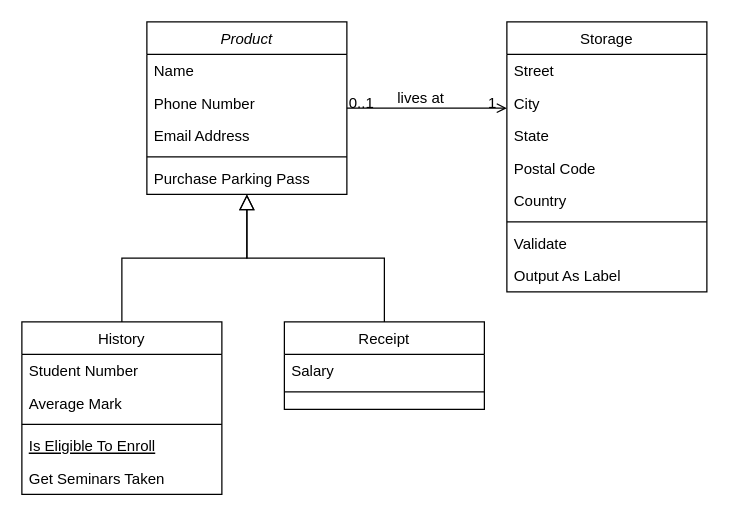
The draw.io diagram Untitled Diagram.drawio in crisjumbo/diagrams, before the edit. Source tidied: cells renumbered, new cells numbered last; positions are measured from the earlier drawing's top-left corner, leaving out a move shared by most shapes. Both pictures are drawn from the tidied source at 125%, with x=0, y=0 at pixel (21, 21).
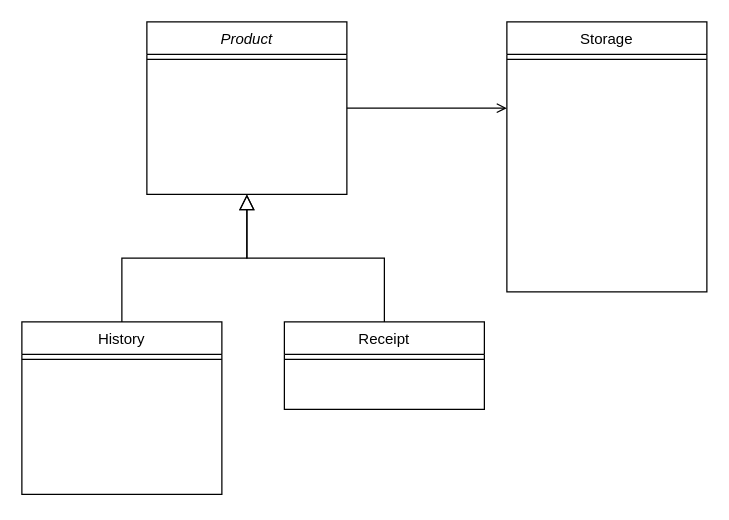
The same diagram, later.

Commit message:
empty classes to further development

The change refers to these unchanged cells:
```xml
<mxCell id="2" value="Product" style="swimlane;fontStyle=2;align=center;verticalAlign=top;horizontal=1;startSize=26;rounded=0;shadow=0;strokeWidth=1;" parent="1" vertex="1">
  <mxGeometry x="100" width="160" height="138" as="geometry" />
</mxCell>
<mxCell id="8" value="History" style="swimlane;fontStyle=0;align=center;verticalAlign=top;horizontal=1;startSize=26;rounded=0;shadow=0;strokeWidth=1;" parent="1" vertex="1">
  <mxGeometry y="240" width="160" height="138" as="geometry" />
</mxCell>
<mxCell id="15" value="Receipt" style="swimlane;fontStyle=0;align=center;verticalAlign=top;horizontal=1;startSize=26;rounded=0;shadow=0;strokeWidth=1;" parent="1" vertex="1">
  <mxGeometry x="210" y="240" width="160" height="70" as="geometry" />
</mxCell>
<mxCell id="19" value="Storage" style="swimlane;fontStyle=0;align=center;verticalAlign=top;horizontal=1;startSize=26;rounded=0;shadow=0;strokeWidth=1;" parent="1" vertex="1">
  <mxGeometry x="388" width="160" height="216" as="geometry" />
</mxCell>
<mxCell id="28" style="endArrow=open;shadow=0;strokeWidth=1;rounded=0;curved=0;endFill=1;edgeStyle=elbowEdgeStyle;elbow=vertical;" parent="1" edge="1" source="2" target="19">
  <mxGeometry x="0.5" y="41" relative="1" as="geometry">
    <mxPoint x="-40" y="32" as="offset" />
  </mxGeometry>
</mxCell>
```

Change to the diagram source:
```diff
@@
-    <mxCell id="3" value="Name" style="text;align=left;verticalAlign=top;spacingLeft=4;spacingRight=4;overflow=hidden;" parent="2" vertex="1">
-      <mxGeometry y="26" width="160" height="26" as="geometry" />
-    </mxCell>
-    <mxCell id="4" value="Phone Number" style="text;align=left;verticalAlign=top;spacingLeft=4;spacingRight=4;overflow=hidden;rounded=0;shadow=0;html=0;" parent="2" vertex="1">
-      <mxGeometry y="52" width="160" height="26" as="geometry" />
-    </mxCell>
-    <mxCell id="5" value="Email Address" style="text;align=left;verticalAlign=top;spacingLeft=4;spacingRight=4;overflow=hidden;rounded=0;shadow=0;html=0;" parent="2" vertex="1">
-      <mxGeometry y="78" width="160" height="26" as="geometry" />
-    </mxCell>
     <mxCell id="6" style="line;html=1;strokeWidth=1;align=left;verticalAlign=middle;spacingTop=-1;spacingLeft=3;spacingRight=3;labelPosition=right;" parent="2" vertex="1">
-      <mxGeometry y="104" width="160" height="8" as="geometry" />
+      <mxGeometry y="26" width="160" height="8" as="geometry" />
     </mxCell>
-    <mxCell id="7" value="Purchase Parking Pass" style="text;align=left;verticalAlign=top;spacingLeft=4;spacingRight=4;overflow=hidden;" parent="2" vertex="1">
-      <mxGeometry y="112" width="160" height="26" as="geometry" />
-    </mxCell>
@@
-    <mxCell id="9" value="Student Number" style="text;align=left;verticalAlign=top;spacingLeft=4;spacingRight=4;overflow=hidden;" parent="8" vertex="1">
-      <mxGeometry y="26" width="160" height="26" as="geometry" />
-    </mxCell>
-    <mxCell id="10" value="Average Mark" style="text;align=left;verticalAlign=top;spacingLeft=4;spacingRight=4;overflow=hidden;rounded=0;shadow=0;html=0;" parent="8" vertex="1">
-      <mxGeometry y="52" width="160" height="26" as="geometry" />
-    </mxCell>
     <mxCell id="11" style="line;html=1;strokeWidth=1;align=left;verticalAlign=middle;spacingTop=-1;spacingLeft=3;spacingRight=3;labelPosition=right;" parent="8" vertex="1">
-      <mxGeometry y="78" width="160" height="8" as="geometry" />
+      <mxGeometry y="26" width="160" height="8" as="geometry" />
     </mxCell>
-    <mxCell id="12" value="Is Eligible To Enroll" style="text;align=left;verticalAlign=top;spacingLeft=4;spacingRight=4;overflow=hidden;fontStyle=4;" parent="8" vertex="1">
-      <mxGeometry y="86" width="160" height="26" as="geometry" />
-    </mxCell>
-    <mxCell id="13" value="Get Seminars Taken" style="text;align=left;verticalAlign=top;spacingLeft=4;spacingRight=4;overflow=hidden;" parent="8" vertex="1">
-      <mxGeometry y="112" width="160" height="26" as="geometry" />
-    </mxCell>
@@
-    <mxCell id="16" value="Salary" style="text;align=left;verticalAlign=top;spacingLeft=4;spacingRight=4;overflow=hidden;" parent="15" vertex="1">
-      <mxGeometry y="26" width="160" height="26" as="geometry" />
-    </mxCell>
     <mxCell id="17" style="line;html=1;strokeWidth=1;align=left;verticalAlign=middle;spacingTop=-1;spacingLeft=3;spacingRight=3;labelPosition=right;" parent="15" vertex="1">
-      <mxGeometry y="52" width="160" height="8" as="geometry" />
+      <mxGeometry y="26" width="160" height="8" as="geometry" />
     </mxCell>
@@
-    <mxCell id="20" value="Street" style="text;align=left;verticalAlign=top;spacingLeft=4;spacingRight=4;overflow=hidden;" parent="19" vertex="1">
-      <mxGeometry y="26" width="160" height="26" as="geometry" />
-    </mxCell>
-    <mxCell id="21" value="City" style="text;align=left;verticalAlign=top;spacingLeft=4;spacingRight=4;overflow=hidden;rounded=0;shadow=0;html=0;" parent="19" vertex="1">
-      <mxGeometry y="52" width="160" height="26" as="geometry" />
-    </mxCell>
-    <mxCell id="22" value="State" style="text;align=left;verticalAlign=top;spacingLeft=4;spacingRight=4;overflow=hidden;rounded=0;shadow=0;html=0;" parent="19" vertex="1">
-      <mxGeometry y="78" width="160" height="26" as="geometry" />
-    </mxCell>
-    <mxCell id="23" value="Postal Code" style="text;align=left;verticalAlign=top;spacingLeft=4;spacingRight=4;overflow=hidden;rounded=0;shadow=0;html=0;" parent="19" vertex="1">
-      <mxGeometry y="104" width="160" height="26" as="geometry" />
-    </mxCell>
-    <mxCell id="24" value="Country" style="text;align=left;verticalAlign=top;spacingLeft=4;spacingRight=4;overflow=hidden;rounded=0;shadow=0;html=0;" parent="19" vertex="1">
-      <mxGeometry y="130" width="160" height="26" as="geometry" />
-    </mxCell>
     <mxCell id="25" style="line;html=1;strokeWidth=1;align=left;verticalAlign=middle;spacingTop=-1;spacingLeft=3;spacingRight=3;labelPosition=right;" parent="19" vertex="1">
-      <mxGeometry y="156" width="160" height="8" as="geometry" />
+      <mxGeometry y="26" width="160" height="8" as="geometry" />
     </mxCell>
-    <mxCell id="26" value="Validate" style="text;align=left;verticalAlign=top;spacingLeft=4;spacingRight=4;overflow=hidden;" parent="19" vertex="1">
-      <mxGeometry y="164" width="160" height="26" as="geometry" />
-    </mxCell>
-    <mxCell id="27" value="Output As Label" style="text;align=left;verticalAlign=top;spacingLeft=4;spacingRight=4;overflow=hidden;" parent="19" vertex="1">
-      <mxGeometry y="190" width="160" height="26" as="geometry" />
-    </mxCell>
@@
-    <mxCell id="29" value="0..1" style="align=left;verticalAlign=bottom;labelBackgroundColor=none;fontSize=12;" parent="28" vertex="1">
-      <mxGeometry x="-1" relative="1" as="geometry">
-        <mxPoint y="4" as="offset" />
-      </mxGeometry>
-    </mxCell>
-    <mxCell id="30" value="1" style="align=right;verticalAlign=bottom;labelBackgroundColor=none;fontSize=12;" parent="28" vertex="1">
-      <mxGeometry x="1" relative="1" as="geometry">
-        <mxPoint x="-7" y="4" as="offset" />
-      </mxGeometry>
-    </mxCell>
-    <mxCell id="31" value="lives at" style="text;html=1;align=center;verticalAlign=middle;labelBackgroundColor=none;rounded=0;shadow=0;strokeWidth=1;fontSize=12;" parent="28" vertex="1">
-      <mxGeometry x="0.5" y="49" relative="1" as="geometry">
-        <mxPoint x="-38" y="40" as="offset" />
-      </mxGeometry>
-    </mxCell>
```
